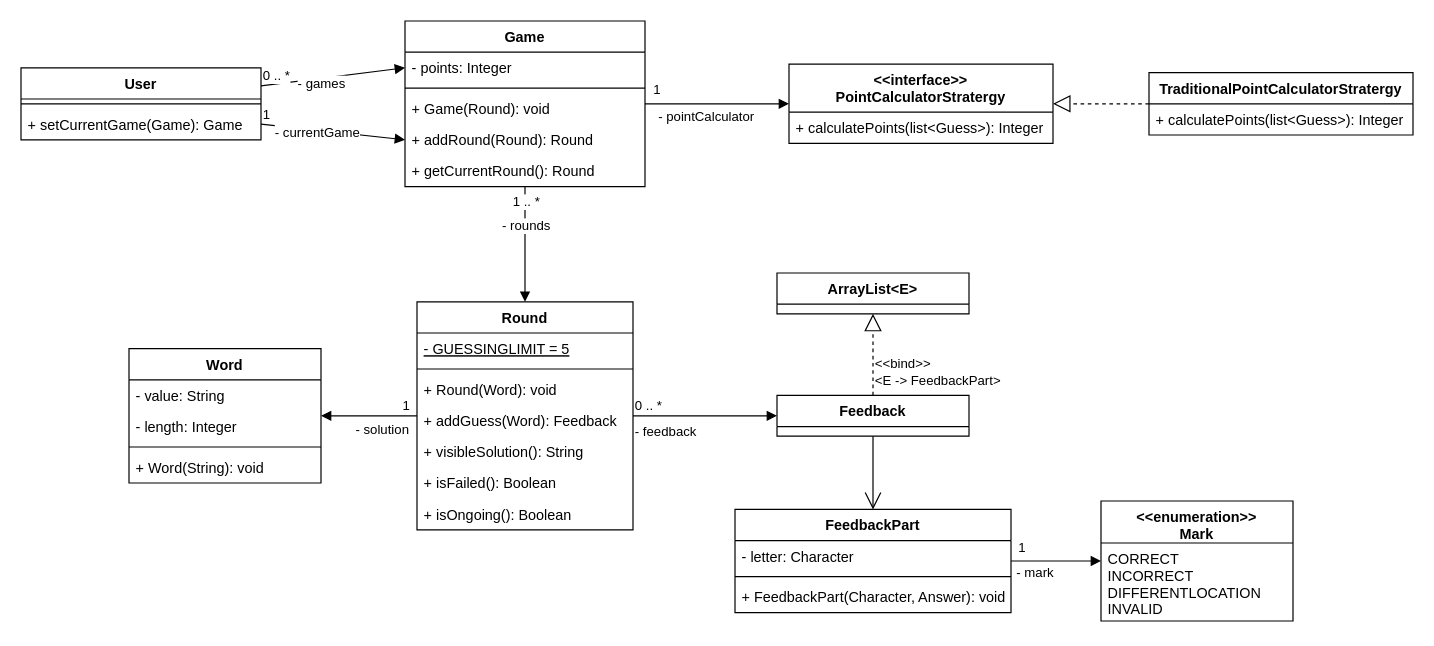
Above: documentatie/lingo.drawio in kaasbroodju/cisq1-lingo (draw.io), before the change. Source tidied: cells renumbered, new cells numbered last; positions are measured from the earlier drawing's top-left corner, leaving out a move shared by most shapes. Both pictures are drawn from the tidied source at 120%, with x=0, y=0 at pixel (20, 20).
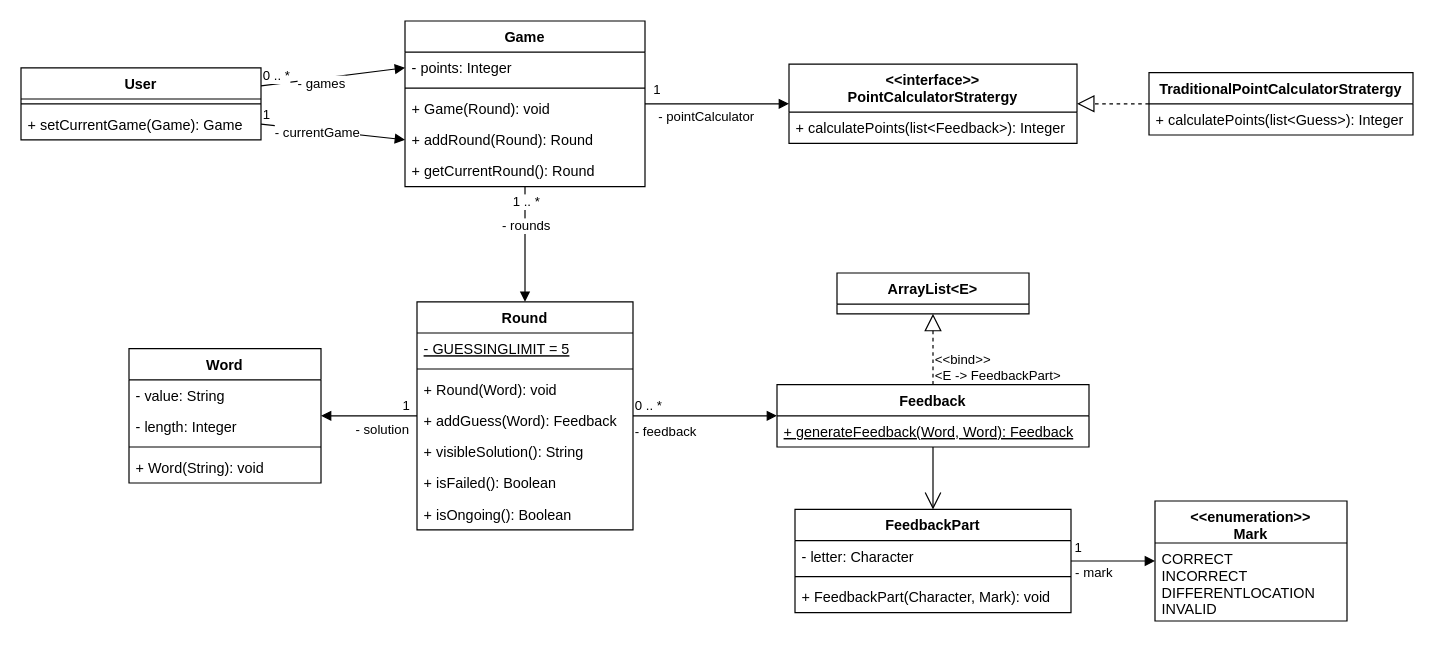
After the change.

The edit, as a diff of the source:
```diff
@@
     <mxCell id="27" value="&lt;&lt;interface&gt;&gt;&#10;PointCalculatorStratergy" style="swimlane;fontStyle=1;align=center;verticalAlign=top;horizontal=1;startSize=40;" parent="1" vertex="1">
-      <mxGeometry x="640" y="36" width="220" height="66" as="geometry" />
+      <mxGeometry x="640" y="36" width="240" height="66" as="geometry" />
     </mxCell>
     <mxCell id="28" style="line;strokeWidth=1;fillColor=none;align=left;verticalAlign=middle;spacingTop=-1;spacingLeft=3;spacingRight=3;labelPosition=right;" parent="27" vertex="1">
-      <mxGeometry y="40" width="220" as="geometry" />
+      <mxGeometry y="40" width="240" as="geometry" />
     </mxCell>
-    <mxCell id="29" value="+ calculatePoints(list&lt;Guess&gt;): Integer" style="text;strokeColor=none;fillColor=none;align=left;verticalAlign=top;spacingLeft=4;spacingRight=4;overflow=hidden;" parent="27" vertex="1">
-      <mxGeometry y="40" width="220" height="26" as="geometry" />
+    <mxCell id="29" value="+ calculatePoints(list&lt;Feedback&gt;): Integer" style="text;strokeColor=none;fillColor=none;align=left;verticalAlign=top;spacingLeft=4;spacingRight=4;overflow=hidden;" parent="27" vertex="1">
+      <mxGeometry y="40" width="240" height="26" as="geometry" />
     </mxCell>
@@
     <mxCell id="35" value="&lt;&lt;enumeration&gt;&gt;&#10;Mark" style="swimlane;fontStyle=1;align=center;verticalAlign=top;horizontal=1;startSize=35;" parent="1" vertex="1">
-      <mxGeometry x="900" y="400" width="160" height="100" as="geometry" />
+      <mxGeometry x="945" y="400" width="160" height="100" as="geometry" />
     </mxCell>
@@
     <mxCell id="37" value="FeedbackPart" style="swimlane;fontStyle=1;align=center;verticalAlign=top;horizontal=1;startSize=26;" parent="1" vertex="1">
-      <mxGeometry x="595" y="407" width="230" height="86" as="geometry" />
+      <mxGeometry x="645" y="407" width="230" height="86" as="geometry" />
     </mxCell>
@@
-    <mxCell id="40" value="+ FeedbackPart(Character, Answer): void" style="text;strokeColor=none;fillColor=none;align=left;verticalAlign=top;spacingLeft=4;spacingRight=4;overflow=hidden;" parent="37" vertex="1">
+    <mxCell id="40" value="+ FeedbackPart(Character, Mark): void" style="text;strokeColor=none;fillColor=none;align=left;verticalAlign=top;spacingLeft=4;spacingRight=4;overflow=hidden;" parent="37" vertex="1">
       <mxGeometry y="60" width="230" height="26" as="geometry" />
     </mxCell>
@@
     <mxCell id="45" value="ArrayList&lt;E&gt;" style="swimlane;fontStyle=1;align=center;verticalAlign=top;horizontal=1;startSize=26;" parent="1" vertex="1">
-      <mxGeometry x="630" y="210" width="160" height="34" as="geometry" />
+      <mxGeometry x="680" y="210" width="160" height="34" as="geometry" />
     </mxCell>
     <mxCell id="46" value="Feedback" style="swimlane;fontStyle=1;align=center;verticalAlign=top;horizontal=1;startSize=26;" parent="1" vertex="1">
-      <mxGeometry x="630" y="312" width="160" height="34" as="geometry" />
+      <mxGeometry x="630" y="303" width="260" height="52" as="geometry" />
     </mxCell>
+    <mxCell id="58" value="+ generateFeedback(Word, Word): Feedback" style="text;strokeColor=none;fillColor=none;align=left;verticalAlign=top;spacingLeft=4;spacingRight=4;overflow=hidden;fontStyle=4;" parent="46" vertex="1">
+      <mxGeometry y="26" width="260" height="26" as="geometry" />
+    </mxCell>
```
